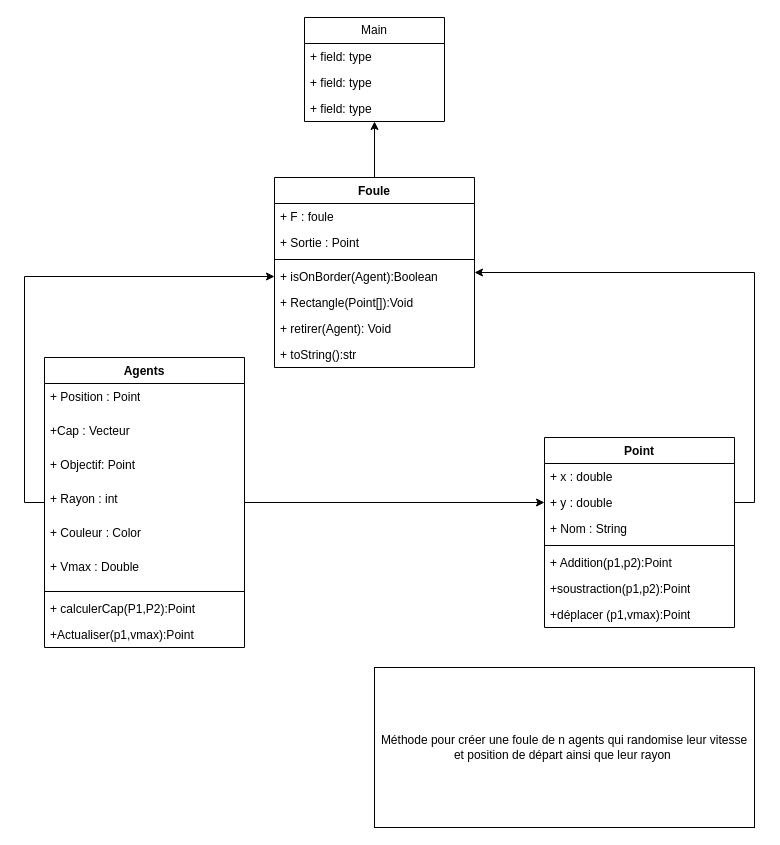
Above: Projet INFO.drawio in Sifra850/Projet_Info (draw.io), before the change. Source tidied: cells renumbered, new cells numbered last; positions are measured from the earlier drawing's top-left corner, leaving out a move shared by most shapes. Both pictures are drawn from the tidied source at 100%, with x=0, y=0 at pixel (44, 17).
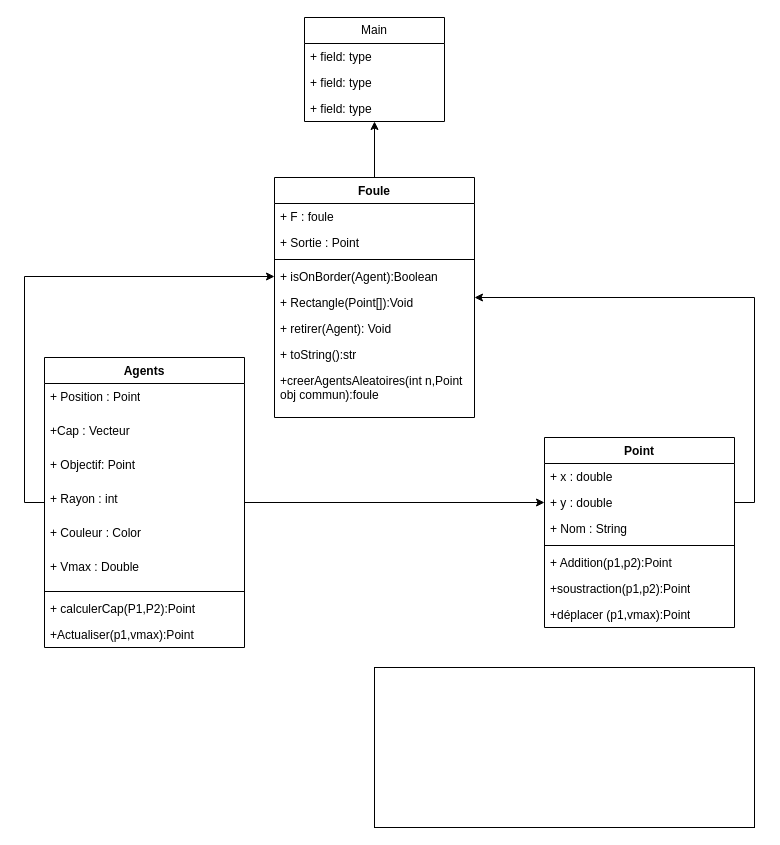
Above is the later version.

Commit message:
Mettre à jour Projet INFO.drawio

What changed in the source:
```diff
@@
     <mxCell id="18" value="Foule" style="swimlane;fontStyle=1;align=center;verticalAlign=top;horizontal=1;startSize=26;whiteSpace=wrap;html=1;" parent="1" vertex="1">
-      <mxGeometry x="230" y="160" width="200" height="190" as="geometry" />
+      <mxGeometry x="230" y="160" width="200" height="240" as="geometry" />
     </mxCell>
@@
+    <mxCell id="37" value="&lt;div&gt;+creerAgentsAleatoires(int n,Point obj commun):foule&lt;/div&gt;" style="text;strokeColor=none;fillColor=none;align=left;verticalAlign=top;spacingLeft=4;spacingRight=4;overflow=hidden;whiteSpace=wrap;html=1;" parent="18" vertex="1">
+      <mxGeometry y="190" width="200" height="50" as="geometry" />
+    </mxCell>
@@
-    <mxCell id="36" value="&lt;div&gt;Méthode pour créer une foule de n agents qui randomise leur vitesse et position de départ ainsi que leur rayon&amp;nbsp; &lt;br&gt;&lt;/div&gt;" style="rounded=0;whiteSpace=wrap;html=1;" parent="1" vertex="1">
+    <mxCell id="36" style="rounded=0;whiteSpace=wrap;html=1;" parent="1" vertex="1">
       <mxGeometry x="330" y="650" width="380" height="160" as="geometry" />
     </mxCell>
```
